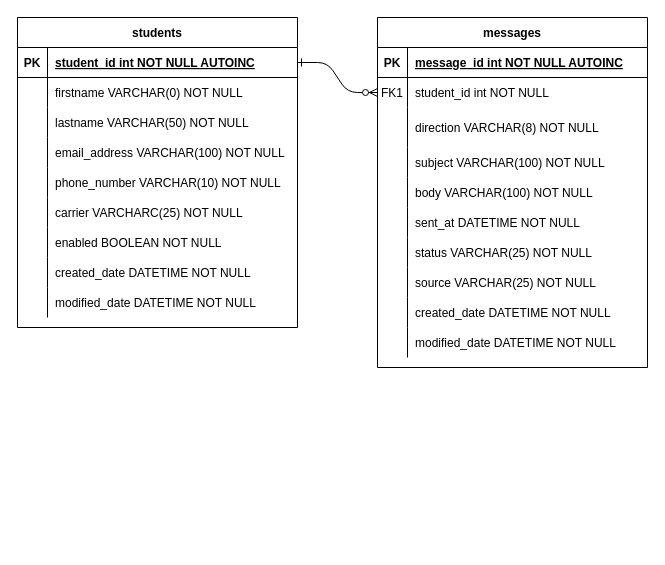
Above: proj_design_and_BR/appt_reminder_ERD.drawio in ExNihilo20/appt_reminder (draw.io), before the change. Source tidied: cells renumbered, new cells numbered last; positions are measured from the earlier drawing's top-left corner, leaving out a move shared by most shapes. Both pictures are drawn from the tidied source at 100%, with x=0, y=0 at pixel (17, 17).
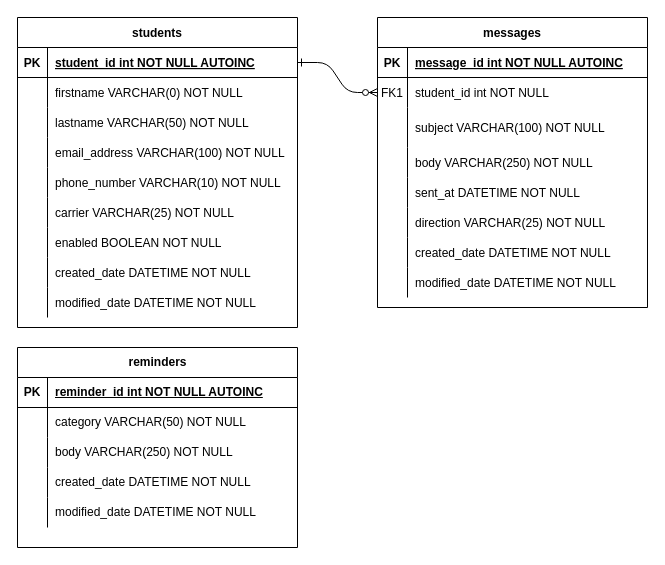
The same diagram, later.

The change refers to these unchanged cells:
```xml
<mxCell id="10" style="shape=partialRectangle;fillColor=none;top=0;left=0;right=0;bottom=0;" parent="3" vertex="1">
  <mxGeometry y="90" width="270" height="40" as="geometry" />
</mxCell>
<mxCell id="13" style="shape=partialRectangle;fillColor=none;top=0;left=0;right=0;bottom=0;" parent="3" vertex="1">
  <mxGeometry y="130" width="270" height="30" as="geometry" />
</mxCell>
<mxCell id="16" style="shape=partialRectangle;fillColor=none;top=0;left=0;right=0;bottom=0;" parent="3" vertex="1">
  <mxGeometry y="160" width="270" height="30" as="geometry" />
</mxCell>
<mxCell id="19" style="shape=partialRectangle;fillColor=none;top=0;left=0;right=0;bottom=0;" parent="3" vertex="1">
  <mxGeometry y="190" width="270" height="30" as="geometry" />
</mxCell>
<mxCell id="50" style="shape=partialRectangle;fillColor=none;top=0;left=0;right=0;bottom=0;" parent="34" vertex="1">
  <mxGeometry y="180" width="280" height="30" as="geometry" />
</mxCell>
```

Diff of the diagram source:
```diff
@@
     <mxCell id="3" value="messages" style="shape=table;startSize=30;childLayout=tableLayout;rowLines=0;fontStyle=1;align=center;" parent="1" vertex="1">
-      <mxGeometry x="360" width="270" height="350" as="geometry" />
+      <mxGeometry x="360" width="270" height="290" as="geometry" />
     </mxCell>
@@
-    <mxCell id="12" value="direction VARCHAR(8) NOT NULL" style="shape=partialRectangle;overflow=hidden;fillColor=none;top=0;left=0;bottom=0;right=0;align=left;spacingLeft=6;" parent="10" vertex="1">
+    <mxCell id="12" value="subject VARCHAR(100) NOT NULL" style="shape=partialRectangle;overflow=hidden;fillColor=none;top=0;left=0;bottom=0;right=0;align=left;spacingLeft=6;" parent="10" vertex="1">
       <mxGeometry x="30" width="240" height="40" as="geometry" />
     </mxCell>
@@
-    <mxCell id="15" value="subject VARCHAR(100) NOT NULL" style="shape=partialRectangle;overflow=hidden;fillColor=none;top=0;left=0;bottom=0;right=0;align=left;spacingLeft=6;" parent="13" vertex="1">
+    <mxCell id="15" value="body VARCHAR(250) NOT NULL" style="shape=partialRectangle;overflow=hidden;fillColor=none;top=0;left=0;bottom=0;right=0;align=left;spacingLeft=6;" parent="13" vertex="1">
       <mxGeometry x="30" width="240" height="30" as="geometry" />
     </mxCell>
@@
-    <mxCell id="18" value="body VARCHAR(100) NOT NULL" style="shape=partialRectangle;overflow=hidden;fillColor=none;top=0;left=0;bottom=0;right=0;align=left;spacingLeft=6;" parent="16" vertex="1">
+    <mxCell id="18" value="sent_at DATETIME NOT NULL" style="shape=partialRectangle;overflow=hidden;fillColor=none;top=0;left=0;bottom=0;right=0;align=left;spacingLeft=6;" parent="16" vertex="1">
       <mxGeometry x="30" width="240" height="30" as="geometry" />
     </mxCell>
@@
-    <mxCell id="21" value="sent_at DATETIME NOT NULL" style="shape=partialRectangle;overflow=hidden;fillColor=none;top=0;left=0;bottom=0;right=0;align=left;spacingLeft=6;" parent="19" vertex="1">
+    <mxCell id="21" value="direction VARCHAR(25) NOT NULL" style="shape=partialRectangle;overflow=hidden;fillColor=none;top=0;left=0;bottom=0;right=0;align=left;spacingLeft=6;" parent="19" vertex="1">
       <mxGeometry x="30" width="240" height="30" as="geometry" />
     </mxCell>
-    <mxCell id="22" style="shape=partialRectangle;fillColor=none;top=0;left=0;right=0;bottom=0;" parent="3" vertex="1">
-      <mxGeometry y="220" width="270" height="30" as="geometry" />
-    </mxCell>
-    <mxCell id="23" style="shape=partialRectangle;overflow=hidden;fillColor=none;top=0;left=0;bottom=0;right=0;" parent="22" vertex="1">
-      <mxGeometry width="30" height="30" as="geometry" />
-    </mxCell>
-    <mxCell id="24" value="status VARCHAR(25) NOT NULL" style="shape=partialRectangle;overflow=hidden;fillColor=none;top=0;left=0;bottom=0;right=0;align=left;spacingLeft=6;" parent="22" vertex="1">
-      <mxGeometry x="30" width="240" height="30" as="geometry" />
-    </mxCell>
     <mxCell id="25" style="shape=partialRectangle;fillColor=none;top=0;left=0;right=0;bottom=0;" parent="3" vertex="1">
-      <mxGeometry y="250" width="270" height="30" as="geometry" />
+      <mxGeometry y="220" width="270" height="30" as="geometry" />
     </mxCell>
@@
-    <mxCell id="27" value="source VARCHAR(25) NOT NULL" style="shape=partialRectangle;overflow=hidden;fillColor=none;top=0;left=0;bottom=0;right=0;align=left;spacingLeft=6;" parent="25" vertex="1">
+    <mxCell id="27" value="created_date DATETIME NOT NULL" style="shape=partialRectangle;overflow=hidden;fillColor=none;top=0;left=0;bottom=0;right=0;align=left;spacingLeft=6;" parent="25" vertex="1">
       <mxGeometry x="30" width="240" height="30" as="geometry" />
     </mxCell>
     <mxCell id="28" style="shape=partialRectangle;fillColor=none;top=0;left=0;right=0;bottom=0;" parent="3" vertex="1">
-      <mxGeometry y="280" width="270" height="30" as="geometry" />
+      <mxGeometry y="250" width="270" height="30" as="geometry" />
     </mxCell>
@@
-    <mxCell id="30" value="created_date DATETIME NOT NULL" style="shape=partialRectangle;overflow=hidden;fillColor=none;top=0;left=0;bottom=0;right=0;align=left;spacingLeft=6;" parent="28" vertex="1">
+    <mxCell id="30" value="modified_date DATETIME NOT NULL" style="shape=partialRectangle;overflow=hidden;fillColor=none;top=0;left=0;bottom=0;right=0;align=left;spacingLeft=6;" parent="28" vertex="1">
       <mxGeometry x="30" width="240" height="30" as="geometry" />
     </mxCell>
-    <mxCell id="31" style="shape=partialRectangle;fillColor=none;top=0;left=0;right=0;bottom=0;" parent="3" vertex="1">
-      <mxGeometry y="310" width="270" height="30" as="geometry" />
-    </mxCell>
-    <mxCell id="32" style="shape=partialRectangle;overflow=hidden;fillColor=none;top=0;left=0;bottom=0;right=0;" parent="31" vertex="1">
-      <mxGeometry width="30" height="30" as="geometry" />
-    </mxCell>
-    <mxCell id="33" value="modified_date DATETIME NOT NULL" style="shape=partialRectangle;overflow=hidden;fillColor=none;top=0;left=0;bottom=0;right=0;align=left;spacingLeft=6;" parent="31" vertex="1">
-      <mxGeometry x="30" width="240" height="30" as="geometry" />
-    </mxCell>
@@
-    <mxCell id="52" value="carrier VARCHARC(25) NOT NULL" style="shape=partialRectangle;overflow=hidden;fillColor=none;top=0;left=0;bottom=0;right=0;align=left;spacingLeft=6;" parent="50" vertex="1">
+    <mxCell id="52" value="carrier VARCHAR(25) NOT NULL" style="shape=partialRectangle;overflow=hidden;fillColor=none;top=0;left=0;bottom=0;right=0;align=left;spacingLeft=6;" parent="50" vertex="1">
       <mxGeometry x="30" width="250" height="30" as="geometry" />
     </mxCell>
@@
+    <mxCell id="62" value="reminders" style="shape=table;startSize=30;childLayout=tableLayout;rowLines=0;fontStyle=1;align=center;html=1;" parent="1" vertex="1">
+      <mxGeometry y="330" width="280" height="200" as="geometry" />
+    </mxCell>
+    <mxCell id="63" style="shape=tableRow;horizontal=0;startSize=0;swimlaneHead=0;swimlaneBody=0;fillColor=none;top=0;left=0;right=0;bottom=1;" parent="62" vertex="1">
+      <mxGeometry y="30" width="280" height="30" as="geometry" />
+    </mxCell>
+    <mxCell id="64" value="PK" style="shape=partialRectangle;fillColor=none;top=0;left=0;bottom=0;right=0;fontStyle=1;overflow=hidden;whiteSpace=wrap;html=1;" parent="63" vertex="1">
+      <mxGeometry width="30" height="30" as="geometry" />
+    </mxCell>
+    <mxCell id="65" value="reminder_id int NOT NULL AUTOINC" style="shape=partialRectangle;fillColor=none;top=0;left=0;bottom=0;right=0;align=left;spacingLeft=6;fontStyle=5;overflow=hidden;whiteSpace=wrap;html=1;" parent="63" vertex="1">
+      <mxGeometry x="30" width="250" height="30" as="geometry" />
+    </mxCell>
+    <mxCell id="66" style="shape=tableRow;horizontal=0;startSize=0;swimlaneHead=0;swimlaneBody=0;fillColor=none;top=0;left=0;right=0;bottom=0;" parent="62" vertex="1">
+      <mxGeometry y="60" width="280" height="30" as="geometry" />
+    </mxCell>
+    <mxCell id="67" style="shape=partialRectangle;fillColor=none;top=0;left=0;bottom=0;right=0;overflow=hidden;whiteSpace=wrap;html=1;" parent="66" vertex="1">
+      <mxGeometry width="30" height="30" as="geometry" />
+    </mxCell>
+    <mxCell id="68" value="category VARCHAR(50) NOT NULL" style="shape=partialRectangle;fillColor=none;top=0;left=0;bottom=0;right=0;align=left;spacingLeft=6;overflow=hidden;whiteSpace=wrap;html=1;" parent="66" vertex="1">
+      <mxGeometry x="30" width="250" height="30" as="geometry" />
+    </mxCell>
+    <mxCell id="69" style="shape=tableRow;horizontal=0;startSize=0;swimlaneHead=0;swimlaneBody=0;fillColor=none;top=0;left=0;right=0;bottom=0;" parent="62" vertex="1">
+      <mxGeometry y="90" width="280" height="30" as="geometry" />
+    </mxCell>
+    <mxCell id="70" style="shape=partialRectangle;fillColor=none;top=0;left=0;bottom=0;right=0;overflow=hidden;whiteSpace=wrap;html=1;" parent="69" vertex="1">
+      <mxGeometry width="30" height="30" as="geometry" />
+    </mxCell>
+    <mxCell id="71" value="body VARCHAR(250) NOT NULL" style="shape=partialRectangle;fillColor=none;top=0;left=0;bottom=0;right=0;align=left;spacingLeft=6;overflow=hidden;whiteSpace=wrap;html=1;" parent="69" vertex="1">
+      <mxGeometry x="30" width="250" height="30" as="geometry" />
+    </mxCell>
+    <mxCell id="72" style="shape=tableRow;horizontal=0;startSize=0;swimlaneHead=0;swimlaneBody=0;fillColor=none;top=0;left=0;right=0;bottom=0;" parent="62" vertex="1">
+      <mxGeometry y="120" width="280" height="30" as="geometry" />
+    </mxCell>
+    <mxCell id="73" style="shape=partialRectangle;fillColor=none;top=0;left=0;bottom=0;right=0;overflow=hidden;whiteSpace=wrap;html=1;" parent="72" vertex="1">
+      <mxGeometry width="30" height="30" as="geometry" />
+    </mxCell>
+    <mxCell id="74" value="&lt;span style=&quot;color: rgb(0, 0, 0); text-wrap-mode: nowrap;&quot;&gt;created_date DATETIME NOT NULL&lt;/span&gt;" style="shape=partialRectangle;fillColor=none;top=0;left=0;bottom=0;right=0;align=left;spacingLeft=6;overflow=hidden;whiteSpace=wrap;html=1;" parent="72" vertex="1">
+      <mxGeometry x="30" width="250" height="30" as="geometry" />
+    </mxCell>
+    <mxCell id="75" style="shape=tableRow;horizontal=0;startSize=0;swimlaneHead=0;swimlaneBody=0;fillColor=none;top=0;left=0;right=0;bottom=0;" parent="62" vertex="1">
+      <mxGeometry y="150" width="280" height="30" as="geometry" />
+    </mxCell>
+    <mxCell id="76" style="shape=partialRectangle;fillColor=none;top=0;left=0;bottom=0;right=0;overflow=hidden;whiteSpace=wrap;html=1;" parent="75" vertex="1">
+      <mxGeometry width="30" height="30" as="geometry" />
+    </mxCell>
+    <mxCell id="33" value="&lt;span style=&quot;color: rgb(0, 0, 0); text-wrap-mode: nowrap;&quot;&gt;modified_date DATETIME NOT NULL&lt;/span&gt;" style="shape=partialRectangle;fillColor=none;top=0;left=0;bottom=0;right=0;align=left;spacingLeft=6;overflow=hidden;whiteSpace=wrap;html=1;" parent="75" vertex="1">
+      <mxGeometry x="30" width="250" height="30" as="geometry" />
+    </mxCell>
```
